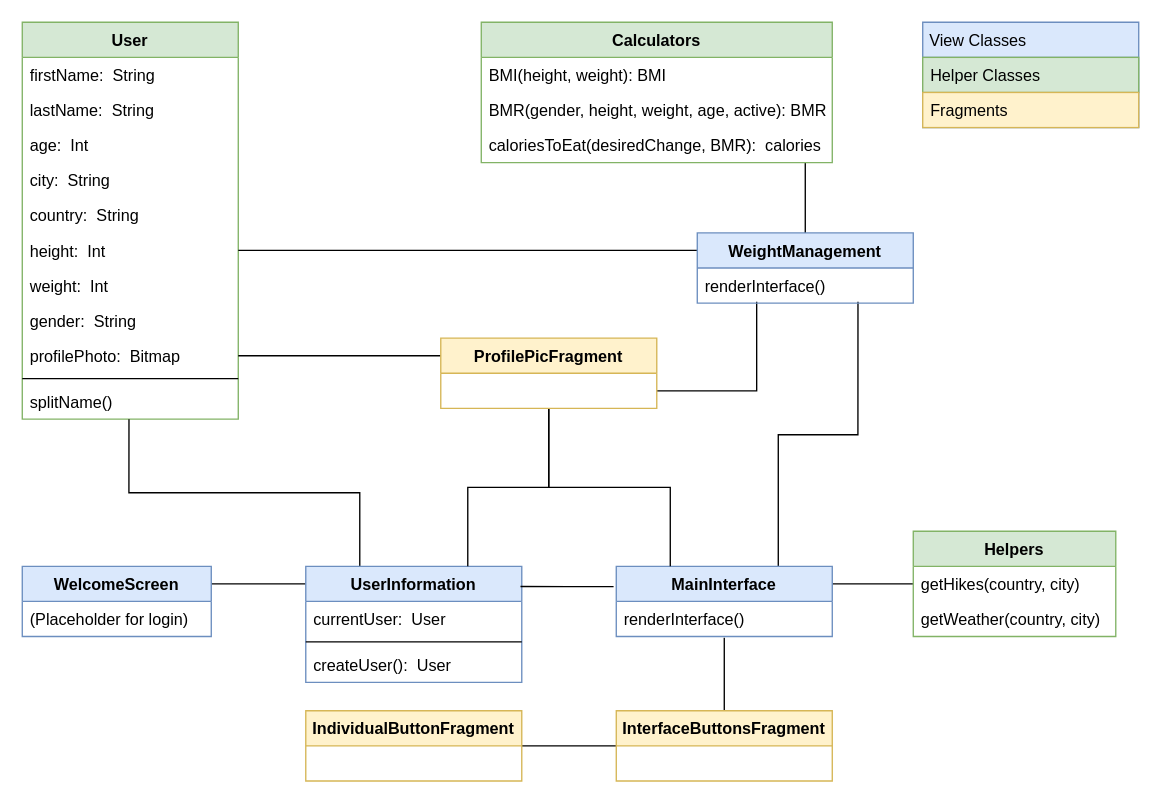
Earlier version of the draw.io diagram ClassDiagram.drawio (jcsullivan/CS6018Project). Source tidied: cells renumbered, new cells numbered last; positions are measured from the earlier drawing's top-left corner, leaving out a move shared by most shapes. Both pictures are drawn from the tidied source at 135%, with x=0, y=0 at pixel (22, 22).
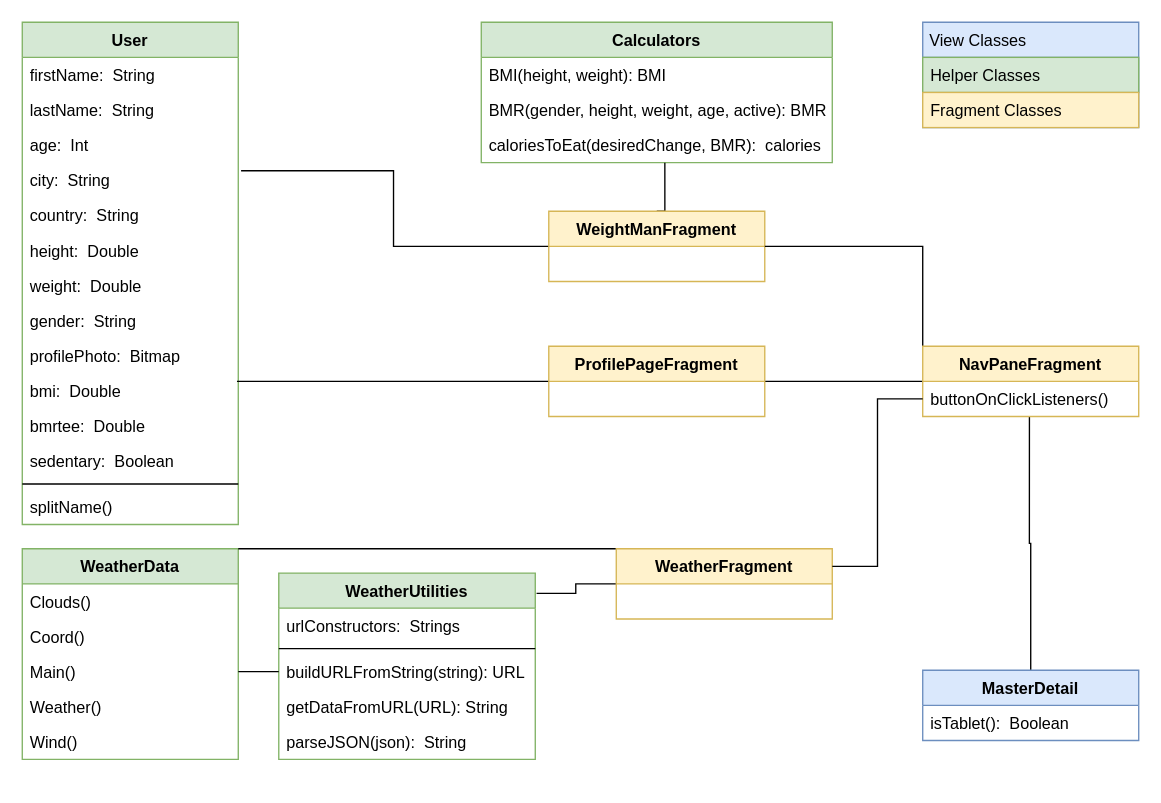
The same page after the edit.

Commit message (it also covers changes not shown here):
Updated class diagram.

The change refers to these unchanged cells:
```xml
<mxCell id="6" value="city:  String" style="text;strokeColor=none;fillColor=none;align=left;verticalAlign=top;spacingLeft=4;spacingRight=4;overflow=hidden;points=[[0,0.5],[1,0.5]];portConstraint=eastwest;" parent="2" vertex="1">
  <mxGeometry y="104" width="160" height="26" as="geometry" />
</mxCell>
<mxCell id="11" value="profilePhoto:  Bitmap " style="text;align=left;verticalAlign=top;spacingLeft=4;spacingRight=4;overflow=hidden;points=[[0,0.5],[1,0.5]];portConstraint=eastwest;rounded=0;shadow=0;html=0;" parent="2" vertex="1">
  <mxGeometry y="234" width="160" height="26" as="geometry" />
</mxCell>
<mxCell id="40" value=" View Classes" style="swimlane;fontStyle=0;align=left;verticalAlign=top;horizontal=1;startSize=26;fillColor=#dae8fc;strokeColor=#6c8ebf;" parent="1" vertex="1">
  <mxGeometry x="667" width="160" height="78" as="geometry" />
</mxCell>
<mxCell id="46" value="caloriesToEat(desiredChange, BMR):  calories" style="text;strokeColor=none;fillColor=none;align=left;verticalAlign=top;spacingLeft=4;spacingRight=4;overflow=hidden;points=[[0,0.5],[1,0.5]];portConstraint=eastwest;" parent="43" vertex="1">
  <mxGeometry y="78" width="260" height="26" as="geometry" />
</mxCell>
```

What changed in the source:
```diff
@@
     <mxCell id="2" value="User" style="swimlane;fontStyle=1;align=center;verticalAlign=top;horizontal=1;startSize=26;rounded=0;shadow=0;strokeWidth=1;fillColor=#d5e8d4;strokeColor=#82b366;" parent="1" vertex="1">
-      <mxGeometry width="160" height="294" as="geometry" />
+      <mxGeometry width="160" height="372" as="geometry" />
     </mxCell>
@@
-    <mxCell id="8" value="height:  Int" style="text;strokeColor=none;fillColor=none;align=left;verticalAlign=top;spacingLeft=4;spacingRight=4;overflow=hidden;points=[[0,0.5],[1,0.5]];portConstraint=eastwest;" parent="2" vertex="1">
+    <mxCell id="8" value="height:  Double" style="text;strokeColor=none;fillColor=none;align=left;verticalAlign=top;spacingLeft=4;spacingRight=4;overflow=hidden;points=[[0,0.5],[1,0.5]];portConstraint=eastwest;" parent="2" vertex="1">
       <mxGeometry y="156" width="160" height="26" as="geometry" />
     </mxCell>
-    <mxCell id="9" value="weight:  Int" style="text;strokeColor=none;fillColor=none;align=left;verticalAlign=top;spacingLeft=4;spacingRight=4;overflow=hidden;" parent="2" vertex="1">
+    <mxCell id="9" value="weight:  Double" style="text;strokeColor=none;fillColor=none;align=left;verticalAlign=top;spacingLeft=4;spacingRight=4;overflow=hidden;" parent="2" vertex="1">
       <mxGeometry y="182" width="160" height="26" as="geometry" />
     </mxCell>
@@
+    <mxCell id="50" value="bmi:  Double" style="text;strokeColor=none;fillColor=none;align=left;verticalAlign=top;spacingLeft=4;spacingRight=4;overflow=hidden;points=[[0,0.5],[1,0.5]];portConstraint=eastwest;" parent="2" vertex="1">
+      <mxGeometry y="260" width="160" height="26" as="geometry" />
+    </mxCell>
+    <mxCell id="51" value="bmrtee:  Double" style="text;strokeColor=none;fillColor=none;align=left;verticalAlign=top;spacingLeft=4;spacingRight=4;overflow=hidden;" parent="2" vertex="1">
+      <mxGeometry y="286" width="160" height="26" as="geometry" />
+    </mxCell>
+    <mxCell id="52" value="sedentary:  Boolean" style="text;strokeColor=none;fillColor=none;align=left;verticalAlign=top;spacingLeft=4;spacingRight=4;overflow=hidden;" parent="2" vertex="1">
+      <mxGeometry y="312" width="160" height="26" as="geometry" />
+    </mxCell>
     <mxCell id="12" style="line;html=1;strokeWidth=1;align=left;verticalAlign=middle;spacingTop=-1;spacingLeft=3;spacingRight=3;labelPosition=right;" parent="2" vertex="1">
-      <mxGeometry y="260" width="160" height="8" as="geometry" />
+      <mxGeometry y="338" width="160" height="8" as="geometry" />
     </mxCell>
     <mxCell id="13" value="splitName()" style="text;align=left;verticalAlign=top;spacingLeft=4;spacingRight=4;overflow=hidden;points=[[0,0.5],[1,0.5]];portConstraint=eastwest;" parent="2" vertex="1">
-      <mxGeometry y="268" width="160" height="26" as="geometry" />
+      <mxGeometry y="346" width="160" height="26" as="geometry" />
     </mxCell>
-    <mxCell id="14" style="rounded=0;jettySize=auto;html=1;exitX=1;exitY=0.25;exitDx=0;exitDy=0;entryX=0;entryY=0.151;entryDx=0;entryDy=0;entryPerimeter=0;edgeStyle=orthogonalEdgeStyle;endArrow=none;endFill=0;" parent="1" edge="1" source="29" target="16">
-      <mxGeometry relative="1" as="geometry" />
-    </mxCell>
-    <mxCell id="15" style="edgeStyle=orthogonalEdgeStyle;rounded=0;jettySize=auto;html=1;exitX=0.25;exitY=0;exitDx=0;exitDy=0;entryX=0.494;entryY=1;entryDx=0;entryDy=0;entryPerimeter=0;endArrow=none;endFill=0;" parent="1" edge="1" source="16" target="13">
-      <mxGeometry relative="1" as="geometry" />
-    </mxCell>
-    <mxCell id="16" value="UserInformation&#10;" style="swimlane;fontStyle=1;align=center;verticalAlign=top;horizontal=1;startSize=26;fillColor=#dae8fc;strokeColor=#6c8ebf;" parent="1" vertex="1">
-      <mxGeometry x="210" y="403" width="160" height="86" as="geometry" />
-    </mxCell>
-    <mxCell id="17" value="currentUser:  User" style="text;strokeColor=none;fillColor=none;align=left;verticalAlign=top;spacingLeft=4;spacingRight=4;overflow=hidden;" parent="16" vertex="1">
-      <mxGeometry y="26" width="160" height="26" as="geometry" />
-    </mxCell>
-    <mxCell id="18" style="line;strokeWidth=1;fillColor=none;align=left;verticalAlign=middle;spacingTop=-1;spacingLeft=3;spacingRight=3;labelPosition=right;" parent="16" vertex="1">
-      <mxGeometry y="52" width="160" height="8" as="geometry" />
-    </mxCell>
-    <mxCell id="19" value="createUser():  User" style="text;strokeColor=none;fillColor=none;align=left;verticalAlign=top;spacingLeft=4;spacingRight=4;overflow=hidden;" parent="16" vertex="1">
-      <mxGeometry y="60" width="160" height="26" as="geometry" />
-    </mxCell>
-    <mxCell id="20" style="edgeStyle=orthogonalEdgeStyle;rounded=0;jettySize=auto;html=1;exitX=0.5;exitY=0;exitDx=0;exitDy=0;entryX=0.5;entryY=1.038;entryDx=0;entryDy=0;entryPerimeter=0;endArrow=none;endFill=0;" parent="1" edge="1" source="36" target="26">
-      <mxGeometry relative="1" as="geometry" />
-    </mxCell>
-    <mxCell id="21" style="edgeStyle=orthogonalEdgeStyle;rounded=0;jettySize=auto;html=1;exitX=1;exitY=0.5;exitDx=0;exitDy=0;entryX=0;entryY=0.5;entryDx=0;entryDy=0;endArrow=none;endFill=0;" parent="1" edge="1" source="35" target="36">
-      <mxGeometry relative="1" as="geometry" />
-    </mxCell>
-    <mxCell id="22" style="edgeStyle=orthogonalEdgeStyle;rounded=0;jettySize=auto;html=1;exitX=0.994;exitY=0.174;exitDx=0;exitDy=0;exitPerimeter=0;endArrow=none;endFill=0;" parent="1" edge="1" source="16">
-      <mxGeometry relative="1" as="geometry">
-        <mxPoint x="438" y="418" as="targetPoint" />
-      </mxGeometry>
-    </mxCell>
-    <mxCell id="23" style="edgeStyle=orthogonalEdgeStyle;rounded=0;jettySize=auto;html=1;exitX=1;exitY=0.25;exitDx=0;exitDy=0;endArrow=none;endFill=0;" parent="1" edge="1" source="25" target="47">
-      <mxGeometry relative="1" as="geometry" />
-    </mxCell>
-    <mxCell id="24" style="edgeStyle=orthogonalEdgeStyle;rounded=0;jettySize=auto;html=1;exitX=0.75;exitY=0;exitDx=0;exitDy=0;entryX=0.744;entryY=0.962;entryDx=0;entryDy=0;entryPerimeter=0;endArrow=none;endFill=0;" parent="1" edge="1" source="25" target="39">
-      <mxGeometry relative="1" as="geometry" />
-    </mxCell>
-    <mxCell id="25" value="MainInterface" style="swimlane;fontStyle=1;align=center;verticalAlign=top;horizontal=1;startSize=26;fillColor=#dae8fc;strokeColor=#6c8ebf;" parent="1" vertex="1">
-      <mxGeometry x="440" y="403" width="160" height="52" as="geometry" />
-    </mxCell>
-    <mxCell id="26" value="renderInterface()  " style="text;strokeColor=none;fillColor=none;align=left;verticalAlign=top;spacingLeft=4;spacingRight=4;overflow=hidden;points=[[0,0.5],[1,0.5]];portConstraint=eastwest;" parent="25" vertex="1">
-      <mxGeometry y="26" width="160" height="26" as="geometry" />
-    </mxCell>
-    <mxCell id="27" style="edgeStyle=orthogonalEdgeStyle;rounded=0;jettySize=auto;html=1;exitX=0.5;exitY=1;exitDx=0;exitDy=0;entryX=0.25;entryY=0;entryDx=0;entryDy=0;endArrow=none;endFill=0;" parent="1" edge="1" source="37" target="25">
-      <mxGeometry relative="1" as="geometry" />
-    </mxCell>
-    <mxCell id="28" style="edgeStyle=orthogonalEdgeStyle;rounded=0;jettySize=auto;html=1;exitX=0;exitY=0.25;exitDx=0;exitDy=0;entryX=1;entryY=0.5;entryDx=0;entryDy=0;endArrow=none;endFill=0;" parent="1" edge="1" source="37" target="11">
-      <mxGeometry relative="1" as="geometry" />
-    </mxCell>
-    <mxCell id="29" value="WelcomeScreen" style="swimlane;fontStyle=1;horizontal=1;startSize=26;fillColor=#dae8fc;strokeColor=#6c8ebf;" parent="1" vertex="1">
-      <mxGeometry y="403" width="140" height="52" as="geometry" />
-    </mxCell>
-    <mxCell id="30" value="(Placeholder for login)" style="text;strokeColor=none;fillColor=none;align=left;verticalAlign=top;spacingLeft=4;spacingRight=4;overflow=hidden;" parent="29" vertex="1">
-      <mxGeometry y="26" width="140" height="26" as="geometry" />
-    </mxCell>
-    <mxCell id="31" style="edgeStyle=orthogonalEdgeStyle;rounded=0;jettySize=auto;html=1;exitX=0.5;exitY=1;exitDx=0;exitDy=0;entryX=0.75;entryY=0;entryDx=0;entryDy=0;endArrow=none;endFill=0;" parent="1" edge="1" source="37" target="16">
-      <mxGeometry relative="1" as="geometry" />
-    </mxCell>
-    <mxCell id="32" style="edgeStyle=orthogonalEdgeStyle;rounded=0;jettySize=auto;html=1;exitX=1;exitY=0.75;exitDx=0;exitDy=0;entryX=0.275;entryY=0.962;entryDx=0;entryDy=0;entryPerimeter=0;endArrow=none;endFill=0;" parent="1" edge="1" source="37" target="39">
-      <mxGeometry relative="1" as="geometry" />
-    </mxCell>
-    <mxCell id="33" style="edgeStyle=orthogonalEdgeStyle;rounded=0;jettySize=auto;html=1;exitX=0;exitY=0.25;exitDx=0;exitDy=0;entryX=1;entryY=0.5;entryDx=0;entryDy=0;endArrow=none;endFill=0;" parent="1" edge="1" source="38" target="8">
-      <mxGeometry relative="1" as="geometry" />
-    </mxCell>
-    <mxCell id="34" style="edgeStyle=orthogonalEdgeStyle;rounded=0;jettySize=auto;html=1;endArrow=none;endFill=0;" parent="1" edge="1" source="38">
-      <mxGeometry relative="1" as="geometry">
-        <mxPoint x="580" y="104" as="targetPoint" />
-      </mxGeometry>
-    </mxCell>
-    <mxCell id="35" value="IndividualButtonFragment" style="swimlane;fontStyle=1;horizontal=1;startSize=26;fillColor=#fff2cc;strokeColor=#d6b656;" parent="1" vertex="1">
-      <mxGeometry x="210" y="510" width="160" height="52" as="geometry" />
-    </mxCell>
-    <mxCell id="36" value="InterfaceButtonsFragment" style="swimlane;fontStyle=1;horizontal=1;startSize=26;fillColor=#fff2cc;strokeColor=#d6b656;" parent="1" vertex="1">
-      <mxGeometry x="440" y="510" width="160" height="52" as="geometry" />
-    </mxCell>
-    <mxCell id="37" value="ProfilePicFragment" style="swimlane;fontStyle=1;horizontal=1;startSize=26;fillColor=#fff2cc;strokeColor=#d6b656;" parent="1" vertex="1">
-      <mxGeometry x="310" y="234" width="160" height="52" as="geometry" />
-    </mxCell>
-    <mxCell id="38" value="WeightManagement" style="swimlane;fontStyle=1;align=center;verticalAlign=top;horizontal=1;startSize=26;fillColor=#dae8fc;strokeColor=#6c8ebf;" parent="1" vertex="1">
-      <mxGeometry x="500" y="156" width="160" height="52" as="geometry" />
-    </mxCell>
-    <mxCell id="39" value="renderInterface()" style="text;strokeColor=none;fillColor=none;align=left;verticalAlign=top;spacingLeft=4;spacingRight=4;overflow=hidden;points=[[0,0.5],[1,0.5]];portConstraint=eastwest;" parent="38" vertex="1">
-      <mxGeometry y="26" width="160" height="26" as="geometry" />
-    </mxCell>
@@
-    <mxCell id="42" value="Fragments" style="text;strokeColor=#d6b656;fillColor=#fff2cc;align=left;verticalAlign=top;spacingLeft=4;spacingRight=4;overflow=hidden;" parent="40" vertex="1">
+    <mxCell id="42" value="Fragment Classes" style="text;strokeColor=#d6b656;fillColor=#fff2cc;align=left;verticalAlign=top;spacingLeft=4;spacingRight=4;overflow=hidden;" parent="40" vertex="1">
       <mxGeometry y="52" width="160" height="26" as="geometry" />
     </mxCell>
@@
-    <mxCell id="47" value="Helpers" style="swimlane;fontStyle=1;horizontal=1;startSize=26;fillColor=#d5e8d4;strokeColor=#82b366;" parent="1" vertex="1">
-      <mxGeometry x="660" y="377" width="150" height="78" as="geometry" />
-    </mxCell>
-    <mxCell id="48" value="getHikes(country, city)" style="text;strokeColor=none;fillColor=none;align=left;verticalAlign=top;spacingLeft=4;spacingRight=4;overflow=hidden;" parent="47" vertex="1">
-      <mxGeometry y="26" width="150" height="26" as="geometry" />
-    </mxCell>
-    <mxCell id="49" value="getWeather(country, city)" style="text;strokeColor=none;fillColor=none;align=left;verticalAlign=top;spacingLeft=4;spacingRight=4;overflow=hidden;" parent="47" vertex="1">
-      <mxGeometry y="52" width="150" height="26" as="geometry" />
-    </mxCell>
+    <mxCell id="53" style="edgeStyle=orthogonalEdgeStyle;rounded=0;jettySize=auto;html=1;exitX=0.5;exitY=0;exitDx=0;exitDy=0;entryX=0.494;entryY=1;entryDx=0;entryDy=0;entryPerimeter=0;endArrow=none;endFill=0;" parent="1" edge="1" source="54" target="77">
+      <mxGeometry relative="1" as="geometry" />
+    </mxCell>
+    <mxCell id="54" value="MasterDetail" style="swimlane;fontStyle=1;align=center;verticalAlign=top;horizontal=1;startSize=26;fillColor=#dae8fc;strokeColor=#6c8ebf;" parent="1" vertex="1">
+      <mxGeometry x="667" y="480" width="160" height="52" as="geometry" />
+    </mxCell>
+    <mxCell id="55" value="isTablet():  Boolean" style="text;strokeColor=none;fillColor=none;align=left;verticalAlign=top;spacingLeft=4;spacingRight=4;overflow=hidden;" parent="54" vertex="1">
+      <mxGeometry y="26" width="160" height="26" as="geometry" />
+    </mxCell>
+    <mxCell id="56" value="WeatherData" style="swimlane;fontStyle=1;align=center;verticalAlign=top;horizontal=1;startSize=26;fillColor=#d5e8d4;strokeColor=#82b366;" parent="1" vertex="1">
+      <mxGeometry y="390" width="160" height="156" as="geometry" />
+    </mxCell>
+    <mxCell id="57" value="Clouds()" style="text;strokeColor=none;fillColor=none;align=left;verticalAlign=top;spacingLeft=4;spacingRight=4;overflow=hidden;" parent="56" vertex="1">
+      <mxGeometry y="26" width="160" height="26" as="geometry" />
+    </mxCell>
+    <mxCell id="58" value="Coord()" style="text;strokeColor=none;fillColor=none;align=left;verticalAlign=top;spacingLeft=4;spacingRight=4;overflow=hidden;" parent="56" vertex="1">
+      <mxGeometry y="52" width="160" height="26" as="geometry" />
+    </mxCell>
+    <mxCell id="59" value="Main()" style="text;strokeColor=none;fillColor=none;align=left;verticalAlign=top;spacingLeft=4;spacingRight=4;overflow=hidden;points=[[0,0.5],[1,0.5]];portConstraint=eastwest;" parent="56" vertex="1">
+      <mxGeometry y="78" width="160" height="26" as="geometry" />
+    </mxCell>
+    <mxCell id="60" value="Weather()" style="text;strokeColor=none;fillColor=none;align=left;verticalAlign=top;spacingLeft=4;spacingRight=4;overflow=hidden;" parent="56" vertex="1">
+      <mxGeometry y="104" width="160" height="26" as="geometry" />
+    </mxCell>
+    <mxCell id="61" value="Wind()" style="text;strokeColor=none;fillColor=none;align=left;verticalAlign=top;spacingLeft=4;spacingRight=4;overflow=hidden;" parent="56" vertex="1">
+      <mxGeometry y="130" width="160" height="26" as="geometry" />
+    </mxCell>
+    <mxCell id="62" value="WeatherUtilities" style="swimlane;fontStyle=1;align=center;verticalAlign=top;horizontal=1;startSize=26;fillColor=#d5e8d4;strokeColor=#82b366;" parent="1" vertex="1">
+      <mxGeometry x="190" y="408" width="190" height="138" as="geometry" />
+    </mxCell>
+    <mxCell id="63" value="urlConstructors:  Strings" style="text;strokeColor=none;fillColor=none;align=left;verticalAlign=top;spacingLeft=4;spacingRight=4;overflow=hidden;" parent="62" vertex="1">
+      <mxGeometry y="26" width="190" height="26" as="geometry" />
+    </mxCell>
+    <mxCell id="64" style="line;strokeWidth=1;fillColor=none;align=left;verticalAlign=middle;spacingTop=-1;spacingLeft=3;spacingRight=3;labelPosition=right;" parent="62" vertex="1">
+      <mxGeometry y="52" width="190" height="8" as="geometry" />
+    </mxCell>
+    <mxCell id="65" value="buildURLFromString(string): URL" style="text;strokeColor=none;fillColor=none;align=left;verticalAlign=top;spacingLeft=4;spacingRight=4;overflow=hidden;points=[[0,0.5],[1,0.5]];portConstraint=eastwest;" parent="62" vertex="1">
+      <mxGeometry y="60" width="190" height="26" as="geometry" />
+    </mxCell>
+    <mxCell id="66" value="getDataFromURL(URL): String" style="text;strokeColor=none;fillColor=none;align=left;verticalAlign=top;spacingLeft=4;spacingRight=4;overflow=hidden;" parent="62" vertex="1">
+      <mxGeometry y="86" width="190" height="26" as="geometry" />
+    </mxCell>
+    <mxCell id="67" value="parseJSON(json):  String" style="text;strokeColor=none;fillColor=none;align=left;verticalAlign=top;spacingLeft=4;spacingRight=4;overflow=hidden;" parent="62" vertex="1">
+      <mxGeometry y="112" width="190" height="26" as="geometry" />
+    </mxCell>
+    <mxCell id="68" style="rounded=0;jettySize=auto;html=1;exitX=0;exitY=0;exitDx=0;exitDy=0;entryX=1;entryY=0;entryDx=0;entryDy=0;endArrow=none;endFill=0;" parent="1" edge="1" source="70" target="56">
+      <mxGeometry relative="1" as="geometry" />
+    </mxCell>
+    <mxCell id="69" style="edgeStyle=orthogonalEdgeStyle;rounded=0;jettySize=auto;html=1;exitX=0;exitY=0.5;exitDx=0;exitDy=0;entryX=1.005;entryY=0.109;entryDx=0;entryDy=0;entryPerimeter=0;endArrow=none;endFill=0;" parent="1" edge="1" source="70" target="62">
+      <mxGeometry relative="1" as="geometry" />
+    </mxCell>
+    <mxCell id="70" value="WeatherFragment" style="swimlane;fontStyle=1;align=center;verticalAlign=top;horizontal=1;startSize=26;fillColor=#fff2cc;strokeColor=#d6b656;" parent="1" vertex="1">
+      <mxGeometry x="440" y="390" width="160" height="52" as="geometry" />
+    </mxCell>
+    <mxCell id="71" style="edgeStyle=orthogonalEdgeStyle;rounded=0;jettySize=auto;html=1;exitX=0.5;exitY=0;exitDx=0;exitDy=0;entryX=0.523;entryY=1;entryDx=0;entryDy=0;entryPerimeter=0;endArrow=none;endFill=0;" parent="1" edge="1" source="73" target="46">
+      <mxGeometry relative="1" as="geometry" />
+    </mxCell>
+    <mxCell id="72" style="edgeStyle=orthogonalEdgeStyle;rounded=0;jettySize=auto;html=1;exitX=0;exitY=0.5;exitDx=0;exitDy=0;entryX=1.013;entryY=0.231;entryDx=0;entryDy=0;entryPerimeter=0;endArrow=none;endFill=0;" parent="1" edge="1" source="73" target="6">
+      <mxGeometry relative="1" as="geometry" />
+    </mxCell>
+    <mxCell id="73" value="WeightManFragment" style="swimlane;fontStyle=1;align=center;verticalAlign=top;horizontal=1;startSize=26;fillColor=#fff2cc;strokeColor=#d6b656;" parent="1" vertex="1">
+      <mxGeometry x="390" y="140" width="160" height="52" as="geometry" />
+    </mxCell>
+    <mxCell id="74" style="edgeStyle=orthogonalEdgeStyle;rounded=0;jettySize=auto;html=1;exitX=0;exitY=0;exitDx=0;exitDy=0;entryX=1;entryY=0.5;entryDx=0;entryDy=0;endArrow=none;endFill=0;" parent="1" edge="1" source="76" target="73">
+      <mxGeometry relative="1" as="geometry" />
+    </mxCell>
+    <mxCell id="75" style="edgeStyle=orthogonalEdgeStyle;rounded=0;jettySize=auto;html=1;exitX=0;exitY=0.5;exitDx=0;exitDy=0;entryX=1;entryY=0.5;entryDx=0;entryDy=0;endArrow=none;endFill=0;" parent="1" edge="1" source="76" target="81">
+      <mxGeometry relative="1" as="geometry" />
+    </mxCell>
+    <mxCell id="76" value="NavPaneFragment" style="swimlane;fontStyle=1;align=center;verticalAlign=top;horizontal=1;startSize=26;fillColor=#fff2cc;strokeColor=#d6b656;" parent="1" vertex="1">
+      <mxGeometry x="667" y="240" width="160" height="52" as="geometry" />
+    </mxCell>
+    <mxCell id="77" value="buttonOnClickListeners()" style="text;strokeColor=none;fillColor=none;align=left;verticalAlign=top;spacingLeft=4;spacingRight=4;overflow=hidden;points=[[0,0.5],[1,0.5]];portConstraint=eastwest;" parent="76" vertex="1">
+      <mxGeometry y="26" width="160" height="26" as="geometry" />
+    </mxCell>
+    <mxCell id="78" style="edgeStyle=none;rounded=0;jettySize=auto;html=1;exitX=0;exitY=0.5;exitDx=0;exitDy=0;entryX=1;entryY=0.5;entryDx=0;entryDy=0;endArrow=none;endFill=0;" parent="1" edge="1" source="65" target="59">
+      <mxGeometry relative="1" as="geometry" />
+    </mxCell>
+    <mxCell id="79" style="edgeStyle=orthogonalEdgeStyle;rounded=0;jettySize=auto;html=1;exitX=0;exitY=0.5;exitDx=0;exitDy=0;entryX=1;entryY=0.25;entryDx=0;entryDy=0;endArrow=none;endFill=0;" parent="1" edge="1" source="77" target="70">
+      <mxGeometry relative="1" as="geometry" />
+    </mxCell>
+    <mxCell id="80" style="edgeStyle=orthogonalEdgeStyle;rounded=0;jettySize=auto;html=1;exitX=0;exitY=0.5;exitDx=0;exitDy=0;entryX=0.994;entryY=0.231;entryDx=0;entryDy=0;entryPerimeter=0;endArrow=none;endFill=0;" parent="1" edge="1" source="81" target="50">
+      <mxGeometry relative="1" as="geometry" />
+    </mxCell>
+    <mxCell id="81" value="ProfilePageFragment" style="swimlane;fontStyle=1;align=center;verticalAlign=top;horizontal=1;startSize=26;fillColor=#fff2cc;strokeColor=#d6b656;" parent="1" vertex="1">
+      <mxGeometry x="390" y="240" width="160" height="52" as="geometry" />
+    </mxCell>
```
